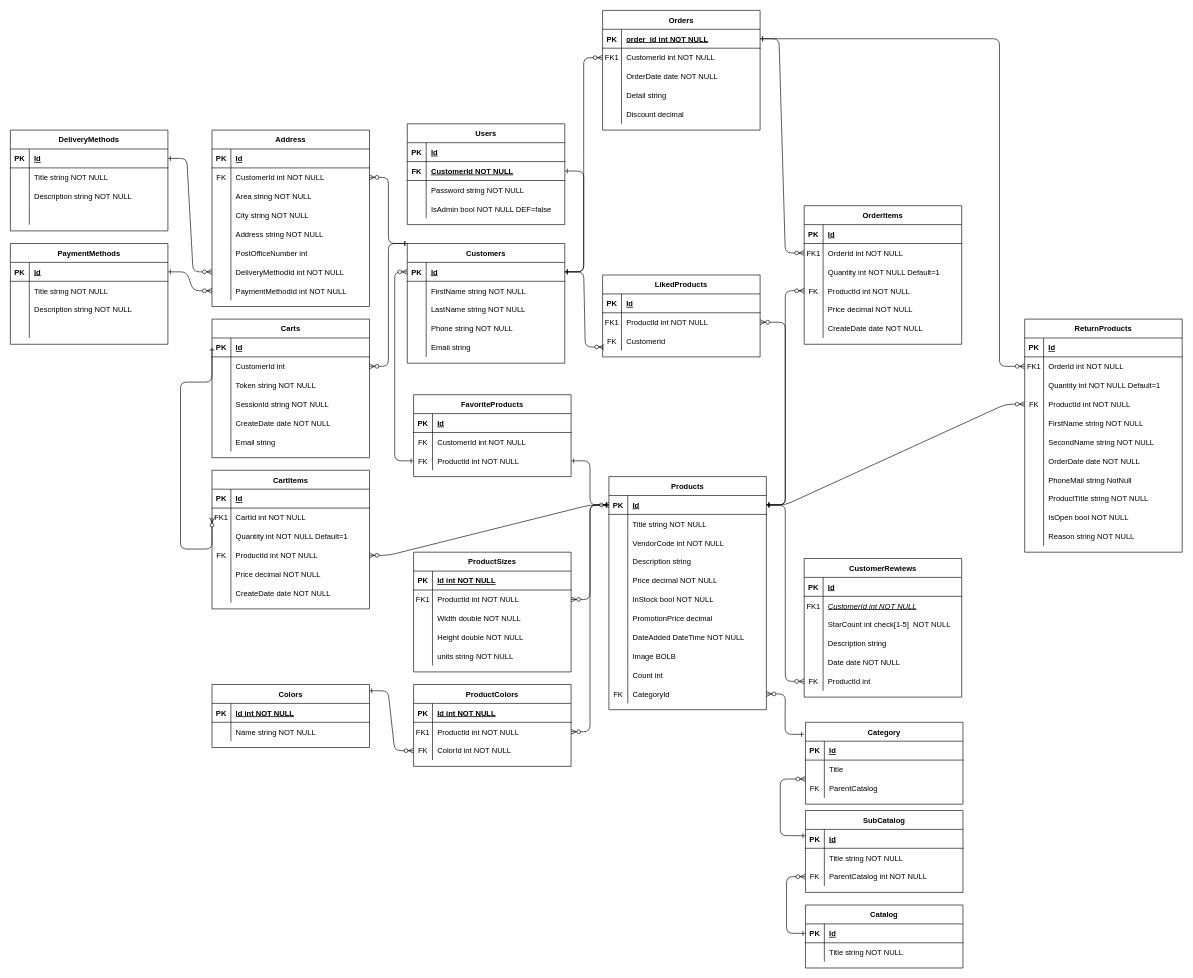
Above: OpencartShop/Domain/DataBaseStruct.drawio in maxpe3447/OpencartShop (draw.io), before the change. Source tidied: cells renumbered, new cells numbered last; positions are measured from the earlier drawing's top-left corner, leaving out a move shared by most shapes. Both pictures are drawn from the tidied source at 63%, with x=0, y=0 at pixel (10, 10).
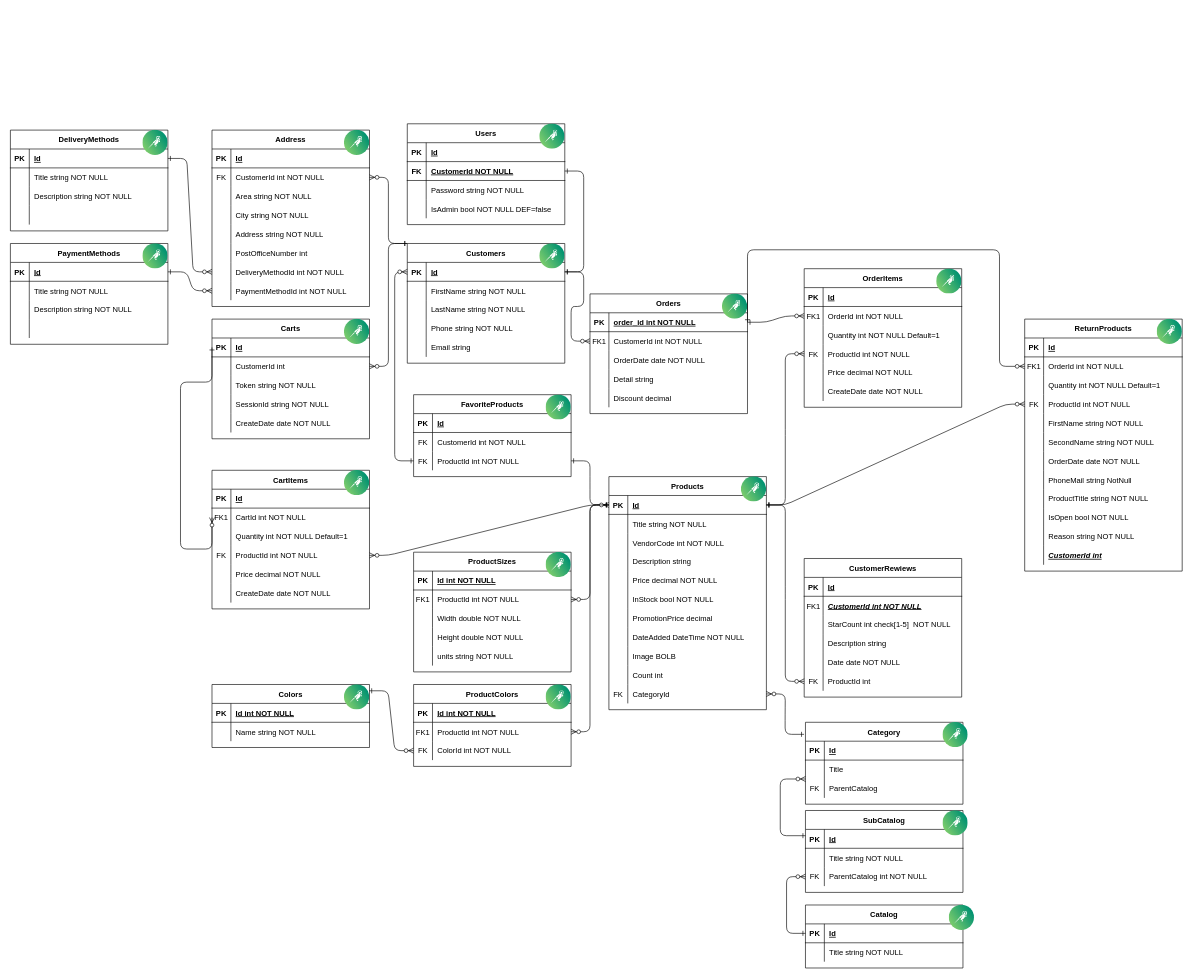
The same diagram, later.

Unchanged cells that the change refers to:
```xml
<mxCell id="4" style="shape=partialRectangle;fillColor=none;points=[[0,0.5],[1,0.5]];portConstraint=eastwest;top=0;left=0;right=0;bottom=1;" parent="3" vertex="1">
  <mxGeometry y="30" width="250" height="30" as="geometry" />
</mxCell>
<mxCell id="39" style="shape=partialRectangle;fillColor=none;points=[[0,0.5],[1,0.5]];portConstraint=eastwest;top=0;left=0;right=0;bottom=1;" parent="38" vertex="1">
  <mxGeometry y="30" width="250" height="30" as="geometry" />
</mxCell>
<mxCell id="93" style="shape=partialRectangle;fillColor=none;top=0;left=0;right=0;bottom=0;" parent="89" vertex="1">
  <mxGeometry y="60" width="250" height="30" as="geometry" />
</mxCell>
<mxCell id="123" style="shape=partialRectangle;fillColor=none;points=[[0,0.5],[1,0.5]];portConstraint=eastwest;top=0;left=0;right=0;bottom=1;" parent="122" vertex="1">
  <mxGeometry y="30" width="250" height="30" as="geometry" />
</mxCell>
<mxCell id="313" style="shape=partialRectangle;fillColor=none;points=[[0,0.5],[1,0.5]];portConstraint=eastwest;top=0;left=0;right=0;bottom=0;" parent="309" vertex="1">
  <mxGeometry y="60" width="250" height="30" as="geometry" />
</mxCell>
```

Diff of the diagram source:
```diff
@@
     <mxCell id="3" value="Orders" style="shape=table;startSize=30;childLayout=tableLayout;rowLines=0;fontStyle=1;align=center;" parent="1" vertex="1">
-      <mxGeometry x="940" width="250" height="190" as="geometry" />
+      <mxGeometry x="920" y="450" width="250" height="190" as="geometry" />
     </mxCell>
@@
     <mxCell id="19" value="OrderItems" style="shape=table;startSize=30;childLayout=tableLayout;rowLines=0;fontStyle=1;align=center;" parent="1" vertex="1">
-      <mxGeometry x="1260" y="310" width="250" height="220" as="geometry" />
+      <mxGeometry x="1260" y="410" width="250" height="220" as="geometry" />
     </mxCell>
@@
-    <mxCell id="95" value="CustomerId int NOT NULL" style="shape=partialRectangle;overflow=hidden;fillColor=none;top=0;left=0;bottom=0;right=0;align=left;spacingLeft=6;fontStyle=6;labelBorderColor=none;labelBackgroundColor=none;fontColor=default;" parent="93" vertex="1">
+    <mxCell id="95" value="CustomerId int NOT NULL" style="shape=partialRectangle;overflow=hidden;fillColor=none;top=0;left=0;bottom=0;right=0;align=left;spacingLeft=6;fontStyle=7;labelBorderColor=none;labelBackgroundColor=none;fontColor=default;" parent="93" vertex="1">
       <mxGeometry x="30" width="220" height="30" as="geometry" />
     </mxCell>
@@
     <mxCell id="167" value="Carts" style="shape=table;startSize=30;childLayout=tableLayout;rowLines=0;fontStyle=1;align=center;" parent="1" vertex="1">
-      <mxGeometry x="320" y="490" width="250" height="220" as="geometry" />
+      <mxGeometry x="320" y="490" width="250" height="190" as="geometry" />
     </mxCell>
@@
-    <mxCell id="183" style="shape=partialRectangle;fillColor=none;top=0;left=0;right=0;bottom=0;" parent="167" vertex="1">
-      <mxGeometry y="180" width="250" height="30" as="geometry" />
-    </mxCell>
-    <mxCell id="184" style="shape=partialRectangle;overflow=hidden;fillColor=none;top=0;left=0;bottom=0;right=0;" parent="183" vertex="1">
-      <mxGeometry width="30" height="30" as="geometry" />
-    </mxCell>
-    <mxCell id="185" value="Email string" style="shape=partialRectangle;overflow=hidden;fillColor=none;top=0;left=0;bottom=0;right=0;align=left;spacingLeft=6;" parent="183" vertex="1">
-      <mxGeometry x="30" width="220" height="30" as="geometry" />
-    </mxCell>
@@
-    <mxCell id="297" value="LikedProducts" style="shape=table;startSize=30;childLayout=tableLayout;rowLines=0;fontStyle=1;align=center;" parent="1" vertex="1">
-      <mxGeometry x="940" y="420" width="250" height="130" as="geometry" />
-    </mxCell>
-    <mxCell id="298" style="shape=partialRectangle;fillColor=none;top=0;left=0;right=0;bottom=1;" parent="297" vertex="1">
-      <mxGeometry y="30" width="250" height="30" as="geometry" />
-    </mxCell>
-    <mxCell id="299" value="PK" style="shape=partialRectangle;overflow=hidden;fillColor=none;top=0;left=0;bottom=0;right=0;fontStyle=1;" parent="298" vertex="1">
-      <mxGeometry width="30" height="30" as="geometry" />
-    </mxCell>
-    <mxCell id="300" value="Id" style="shape=partialRectangle;overflow=hidden;fillColor=none;top=0;left=0;bottom=0;right=0;align=left;spacingLeft=6;fontStyle=5;" parent="298" vertex="1">
-      <mxGeometry x="30" width="220" height="30" as="geometry" />
-    </mxCell>
-    <mxCell id="301" style="shape=partialRectangle;fillColor=none;points=[[0,0.5],[1,0.5]];portConstraint=eastwest;top=0;left=0;right=0;bottom=0;" parent="297" vertex="1">
-      <mxGeometry y="60" width="250" height="30" as="geometry" />
-    </mxCell>
-    <mxCell id="302" value="FK1" style="shape=partialRectangle;overflow=hidden;fillColor=none;top=0;left=0;bottom=0;right=0;" parent="301" vertex="1">
-      <mxGeometry width="30" height="30" as="geometry" />
-    </mxCell>
-    <mxCell id="303" value="ProductId int NOT NULL" style="shape=partialRectangle;overflow=hidden;fillColor=none;top=0;left=0;bottom=0;right=0;align=left;spacingLeft=6;" parent="301" vertex="1">
-      <mxGeometry x="30" width="220" height="30" as="geometry" />
-    </mxCell>
-    <mxCell id="304" style="shape=partialRectangle;fillColor=none;points=[[0,0.5],[1,0.5]];portConstraint=eastwest;top=0;left=0;right=0;bottom=0;" parent="297" vertex="1">
-      <mxGeometry y="90" width="250" height="30" as="geometry" />
-    </mxCell>
-    <mxCell id="305" value="FK" style="shape=partialRectangle;overflow=hidden;fillColor=none;top=0;left=0;bottom=0;right=0;" parent="304" vertex="1">
-      <mxGeometry width="30" height="30" as="geometry" />
-    </mxCell>
-    <mxCell id="306" value="CustomerId" style="shape=partialRectangle;overflow=hidden;fillColor=none;top=0;left=0;bottom=0;right=0;align=left;spacingLeft=6;" parent="304" vertex="1">
-      <mxGeometry x="30" width="220" height="30" as="geometry" />
-    </mxCell>
-    <mxCell id="307" style="edgeStyle=entityRelationEdgeStyle;endArrow=ERzeroToMany;startArrow=ERone;endFill=1;startFill=0;entryX=0.01;entryY=0.812;entryDx=0;entryDy=0;exitX=1;exitY=0.5;exitDx=0;exitDy=0;entryPerimeter=0;" parent="1" edge="1" source="123" target="304">
-      <mxGeometry relative="1" as="geometry" />
-    </mxCell>
-    <mxCell id="308" style="edgeStyle=entityRelationEdgeStyle;endArrow=ERzeroToMany;startArrow=ERone;endFill=1;startFill=0;entryX=1;entryY=0.5;entryDx=0;entryDy=0;" parent="1" edge="1" source="39" target="301">
-      <mxGeometry relative="1" as="geometry" />
-    </mxCell>
     <mxCell id="309" value="ReturnProducts" style="shape=table;startSize=30;childLayout=tableLayout;rowLines=0;fontStyle=1;align=center;" parent="1" vertex="1">
-      <mxGeometry x="1610" y="490" width="250" height="370" as="geometry" />
+      <mxGeometry x="1610" y="490" width="250" height="400" as="geometry" />
     </mxCell>
@@
+    <mxCell id="345" style="shape=partialRectangle;fillColor=none;top=0;left=0;right=0;bottom=0;fontStyle=7;" parent="309" vertex="1">
+      <mxGeometry y="360" width="250" height="30" as="geometry" />
+    </mxCell>
+    <mxCell id="184" style="shape=partialRectangle;overflow=hidden;fillColor=none;top=0;left=0;bottom=0;right=0;" parent="345" vertex="1">
+      <mxGeometry width="30" height="30" as="geometry" />
+    </mxCell>
+    <mxCell id="346" value="CustomerId int" style="shape=partialRectangle;overflow=hidden;fillColor=none;top=0;left=0;bottom=0;right=0;align=left;spacingLeft=6;verticalAlign=middle;fontStyle=7;" parent="345" vertex="1">
+      <mxGeometry x="30" width="220" height="30" as="geometry" />
+    </mxCell>
     <mxCell id="343" style="edgeStyle=orthogonalEdgeStyle;endArrow=ERzeroToMany;startArrow=ERone;endFill=1;startFill=0;exitX=1;exitY=0.5;exitDx=0;exitDy=0;" parent="1" edge="1" source="4" target="313">
       <mxGeometry relative="1" as="geometry">
         <Array as="points">
-          <mxPoint x="1570" y="45" />
+          <mxPoint x="1170" y="380" />
+          <mxPoint x="1570" y="380" />
           <mxPoint x="1570" y="565" />
         </Array>
       </mxGeometry>
     </mxCell>
@@
+    <mxCell id="347" style="image;perimeter=ellipsePerimeter;html=1;align=center;fontSize=12;verticalAlign=top;fontColor=#364149;shadow=0;dashed=0;image=img/lib/cumulus/cumulus_linux_icon.svg;" parent="1" vertex="1">
+      <mxGeometry x="1490" y="1420" width="40" height="40" as="geometry" />
+    </mxCell>
+    <mxCell id="348" style="image;perimeter=ellipsePerimeter;html=1;align=center;fontSize=12;verticalAlign=top;fontColor=#364149;shadow=0;dashed=0;image=img/lib/cumulus/cumulus_linux_icon.svg;" parent="1" vertex="1">
+      <mxGeometry x="1480" y="1270" width="40" height="40" as="geometry" />
+    </mxCell>
+    <mxCell id="349" style="image;perimeter=ellipsePerimeter;html=1;align=center;fontSize=12;verticalAlign=top;fontColor=#364149;shadow=0;dashed=0;image=img/lib/cumulus/cumulus_linux_icon.svg;" parent="1" vertex="1">
+      <mxGeometry x="1480" y="1130" width="40" height="40" as="geometry" />
+    </mxCell>
+    <mxCell id="350" style="image;perimeter=ellipsePerimeter;html=1;align=center;fontSize=12;verticalAlign=top;fontColor=#364149;shadow=0;dashed=0;image=img/lib/cumulus/cumulus_linux_icon.svg;" parent="1" vertex="1">
+      <mxGeometry x="1160" y="740" width="40" height="40" as="geometry" />
+    </mxCell>
+    <mxCell id="351" style="image;perimeter=ellipsePerimeter;html=1;align=center;fontSize=12;verticalAlign=top;fontColor=#364149;shadow=0;dashed=0;image=img/lib/cumulus/cumulus_linux_icon.svg;" parent="1" vertex="1">
+      <mxGeometry x="530" y="1070" width="40" height="40" as="geometry" />
+    </mxCell>
+    <mxCell id="352" style="image;perimeter=ellipsePerimeter;html=1;align=center;fontSize=12;verticalAlign=top;fontColor=#364149;shadow=0;dashed=0;image=img/lib/cumulus/cumulus_linux_icon.svg;" parent="1" vertex="1">
+      <mxGeometry x="850" y="1070" width="40" height="40" as="geometry" />
+    </mxCell>
+    <mxCell id="353" style="image;perimeter=ellipsePerimeter;html=1;align=center;fontSize=12;verticalAlign=top;fontColor=#364149;shadow=0;dashed=0;image=img/lib/cumulus/cumulus_linux_icon.svg;" parent="1" vertex="1">
+      <mxGeometry x="850" y="860" width="40" height="40" as="geometry" />
+    </mxCell>
+    <mxCell id="354" style="image;perimeter=ellipsePerimeter;html=1;align=center;fontSize=12;verticalAlign=top;fontColor=#364149;shadow=0;dashed=0;image=img/lib/cumulus/cumulus_linux_icon.svg;" parent="1" vertex="1">
+      <mxGeometry x="210" y="370" width="40" height="40" as="geometry" />
+    </mxCell>
+    <mxCell id="355" style="image;perimeter=ellipsePerimeter;html=1;align=center;fontSize=12;verticalAlign=top;fontColor=#364149;shadow=0;dashed=0;image=img/lib/cumulus/cumulus_linux_icon.svg;" parent="1" vertex="1">
+      <mxGeometry x="210" y="190" width="40" height="40" as="geometry" />
+    </mxCell>
+    <mxCell id="356" style="image;perimeter=ellipsePerimeter;html=1;align=center;fontSize=12;verticalAlign=top;fontColor=#364149;shadow=0;dashed=0;image=img/lib/cumulus/cumulus_linux_icon.svg;" parent="1" vertex="1">
+      <mxGeometry x="840" y="370" width="40" height="40" as="geometry" />
+    </mxCell>
+    <mxCell id="357" style="image;perimeter=ellipsePerimeter;html=1;align=center;fontSize=12;verticalAlign=top;fontColor=#364149;shadow=0;dashed=0;image=img/lib/cumulus/cumulus_linux_icon.svg;" parent="1" vertex="1">
+      <mxGeometry x="840" y="180" width="40" height="40" as="geometry" />
+    </mxCell>
+    <mxCell id="358" style="image;perimeter=ellipsePerimeter;html=1;align=center;fontSize=12;verticalAlign=top;fontColor=#364149;shadow=0;dashed=0;image=img/lib/cumulus/cumulus_linux_icon.svg;" parent="1" vertex="1">
+      <mxGeometry x="530" y="190" width="40" height="40" as="geometry" />
+    </mxCell>
+    <mxCell id="359" style="image;perimeter=ellipsePerimeter;html=1;align=center;fontSize=12;verticalAlign=top;fontColor=#364149;shadow=0;dashed=0;image=img/lib/cumulus/cumulus_linux_icon.svg;" parent="1" vertex="1">
+      <mxGeometry x="850" y="610" width="40" height="40" as="geometry" />
+    </mxCell>
+    <mxCell id="360" style="image;perimeter=ellipsePerimeter;html=1;align=center;fontSize=12;verticalAlign=top;fontColor=#364149;shadow=0;dashed=0;image=img/lib/cumulus/cumulus_linux_icon.svg;" parent="1" vertex="1">
+      <mxGeometry x="530" y="490" width="40" height="40" as="geometry" />
+    </mxCell>
+    <mxCell id="361" style="image;perimeter=ellipsePerimeter;html=1;align=center;fontSize=12;verticalAlign=top;fontColor=#364149;shadow=0;dashed=0;image=img/lib/cumulus/cumulus_linux_icon.svg;" parent="1" vertex="1">
+      <mxGeometry x="530" y="730" width="40" height="40" as="geometry" />
+    </mxCell>
+    <mxCell id="362" style="image;perimeter=ellipsePerimeter;html=1;align=center;fontSize=12;verticalAlign=top;fontColor=#364149;shadow=0;dashed=0;image=img/lib/cumulus/cumulus_linux_icon.svg;" parent="1" vertex="1">
+      <mxGeometry x="1130" y="450" width="40" height="40" as="geometry" />
+    </mxCell>
+    <mxCell id="363" style="image;perimeter=ellipsePerimeter;html=1;align=center;fontSize=12;verticalAlign=top;fontColor=#364149;shadow=0;dashed=0;image=img/lib/cumulus/cumulus_linux_icon.svg;" parent="1" vertex="1">
+      <mxGeometry x="1470" y="410" width="40" height="40" as="geometry" />
+    </mxCell>
+    <mxCell id="364" style="image;perimeter=ellipsePerimeter;html=1;align=center;fontSize=12;verticalAlign=top;fontColor=#364149;shadow=0;dashed=0;image=img/lib/cumulus/cumulus_linux_icon.svg;" parent="1" vertex="1">
+      <mxGeometry x="1820" y="490" width="40" height="40" as="geometry" />
+    </mxCell>
```
